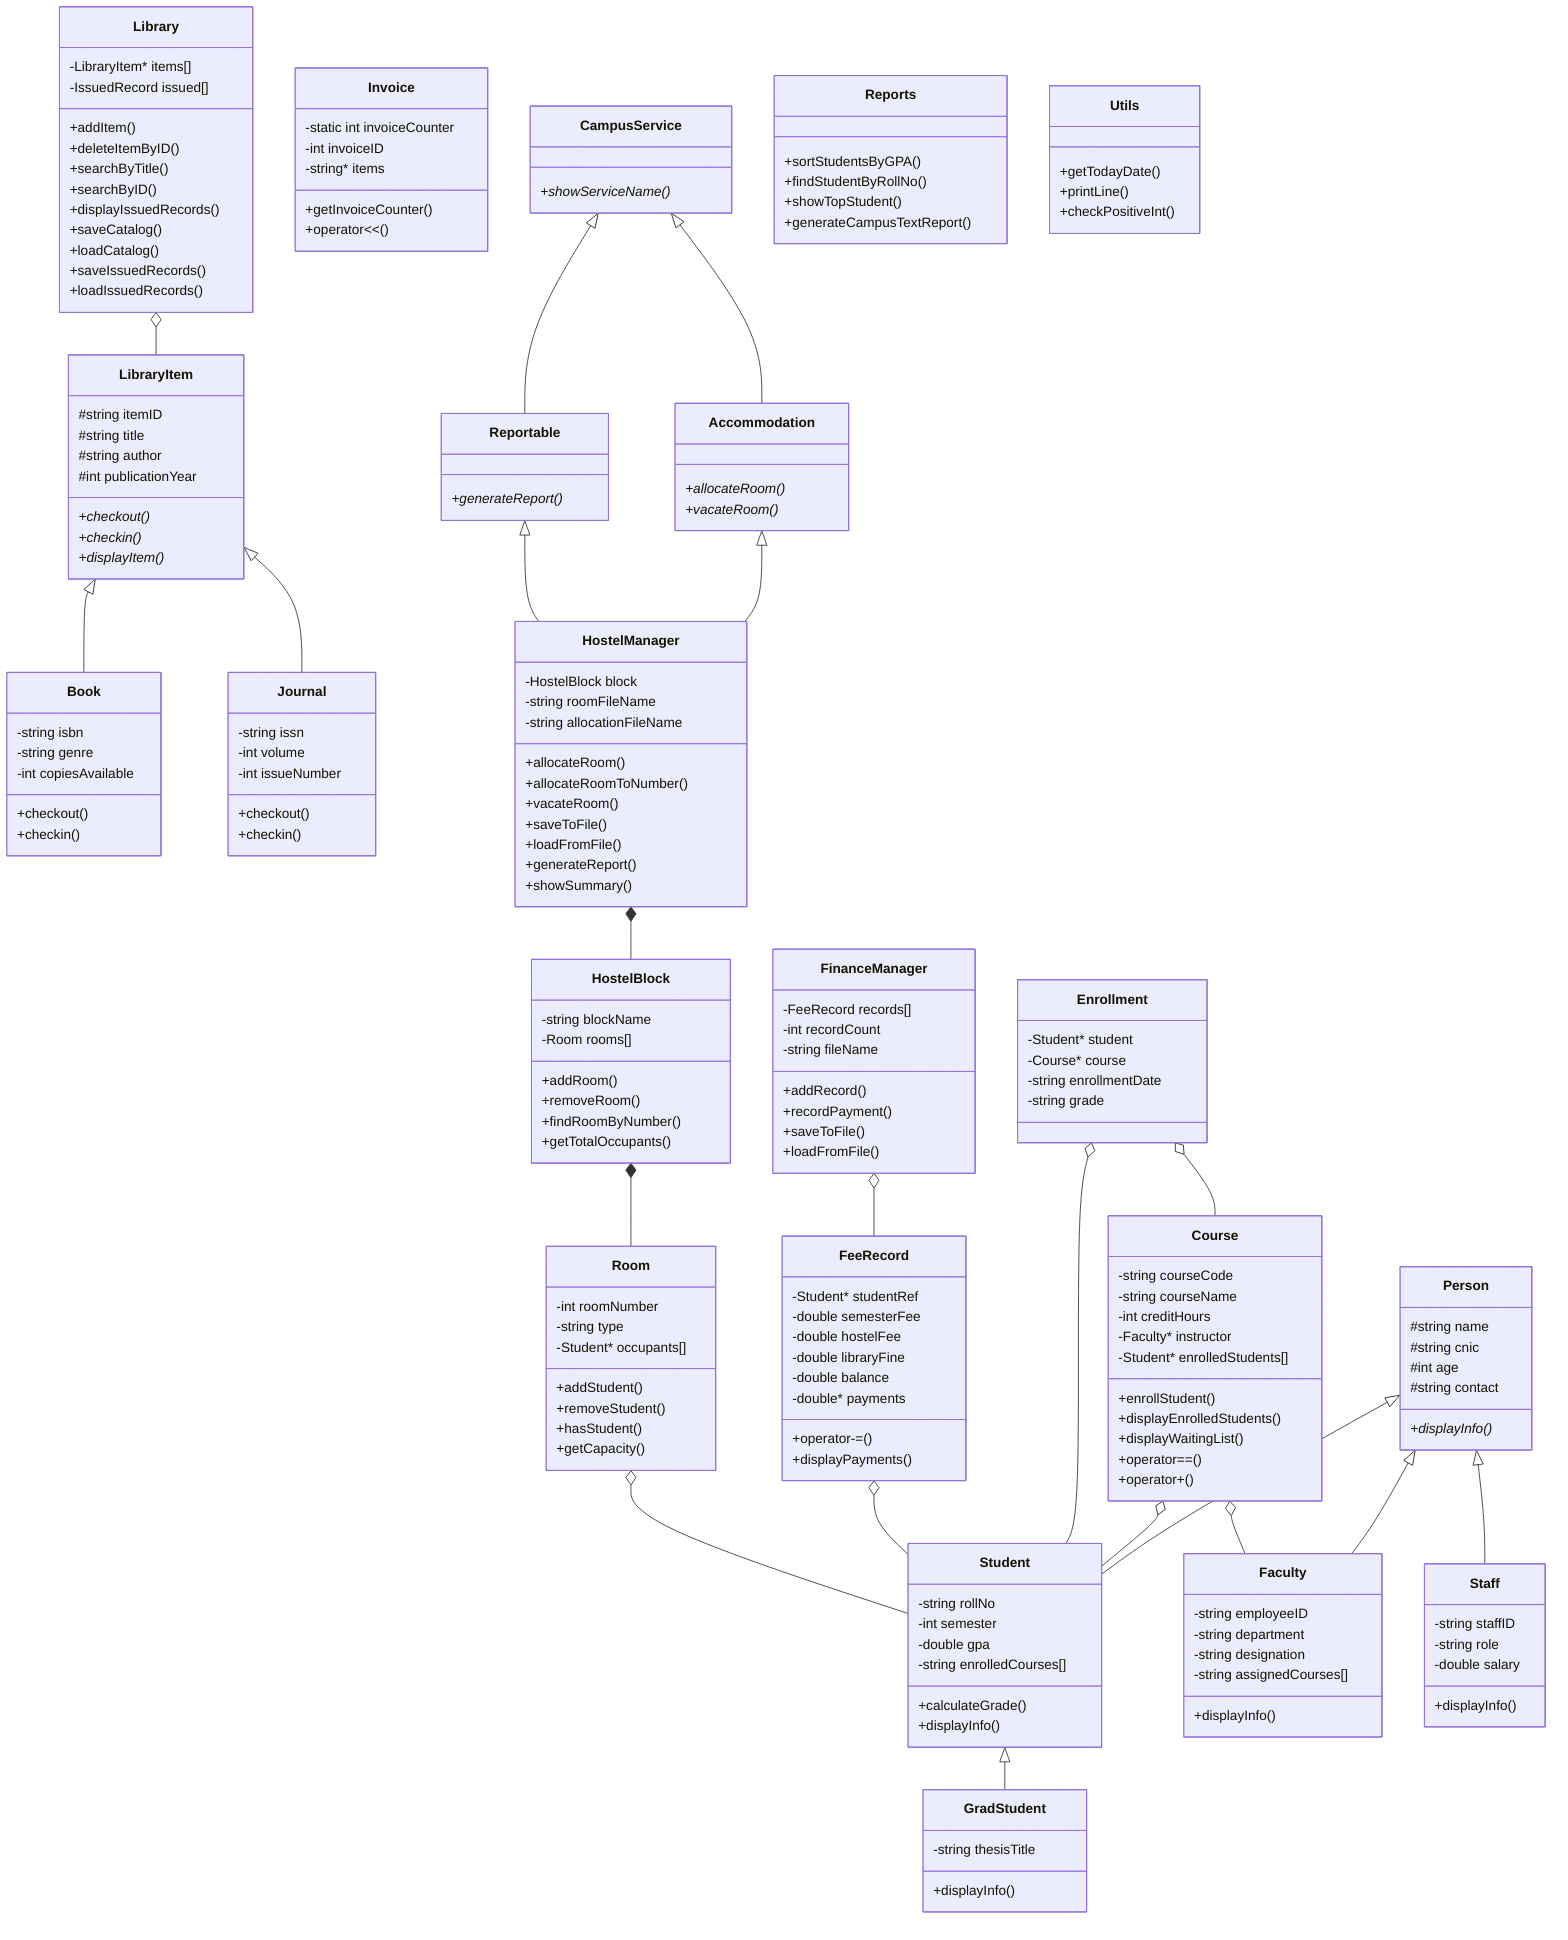
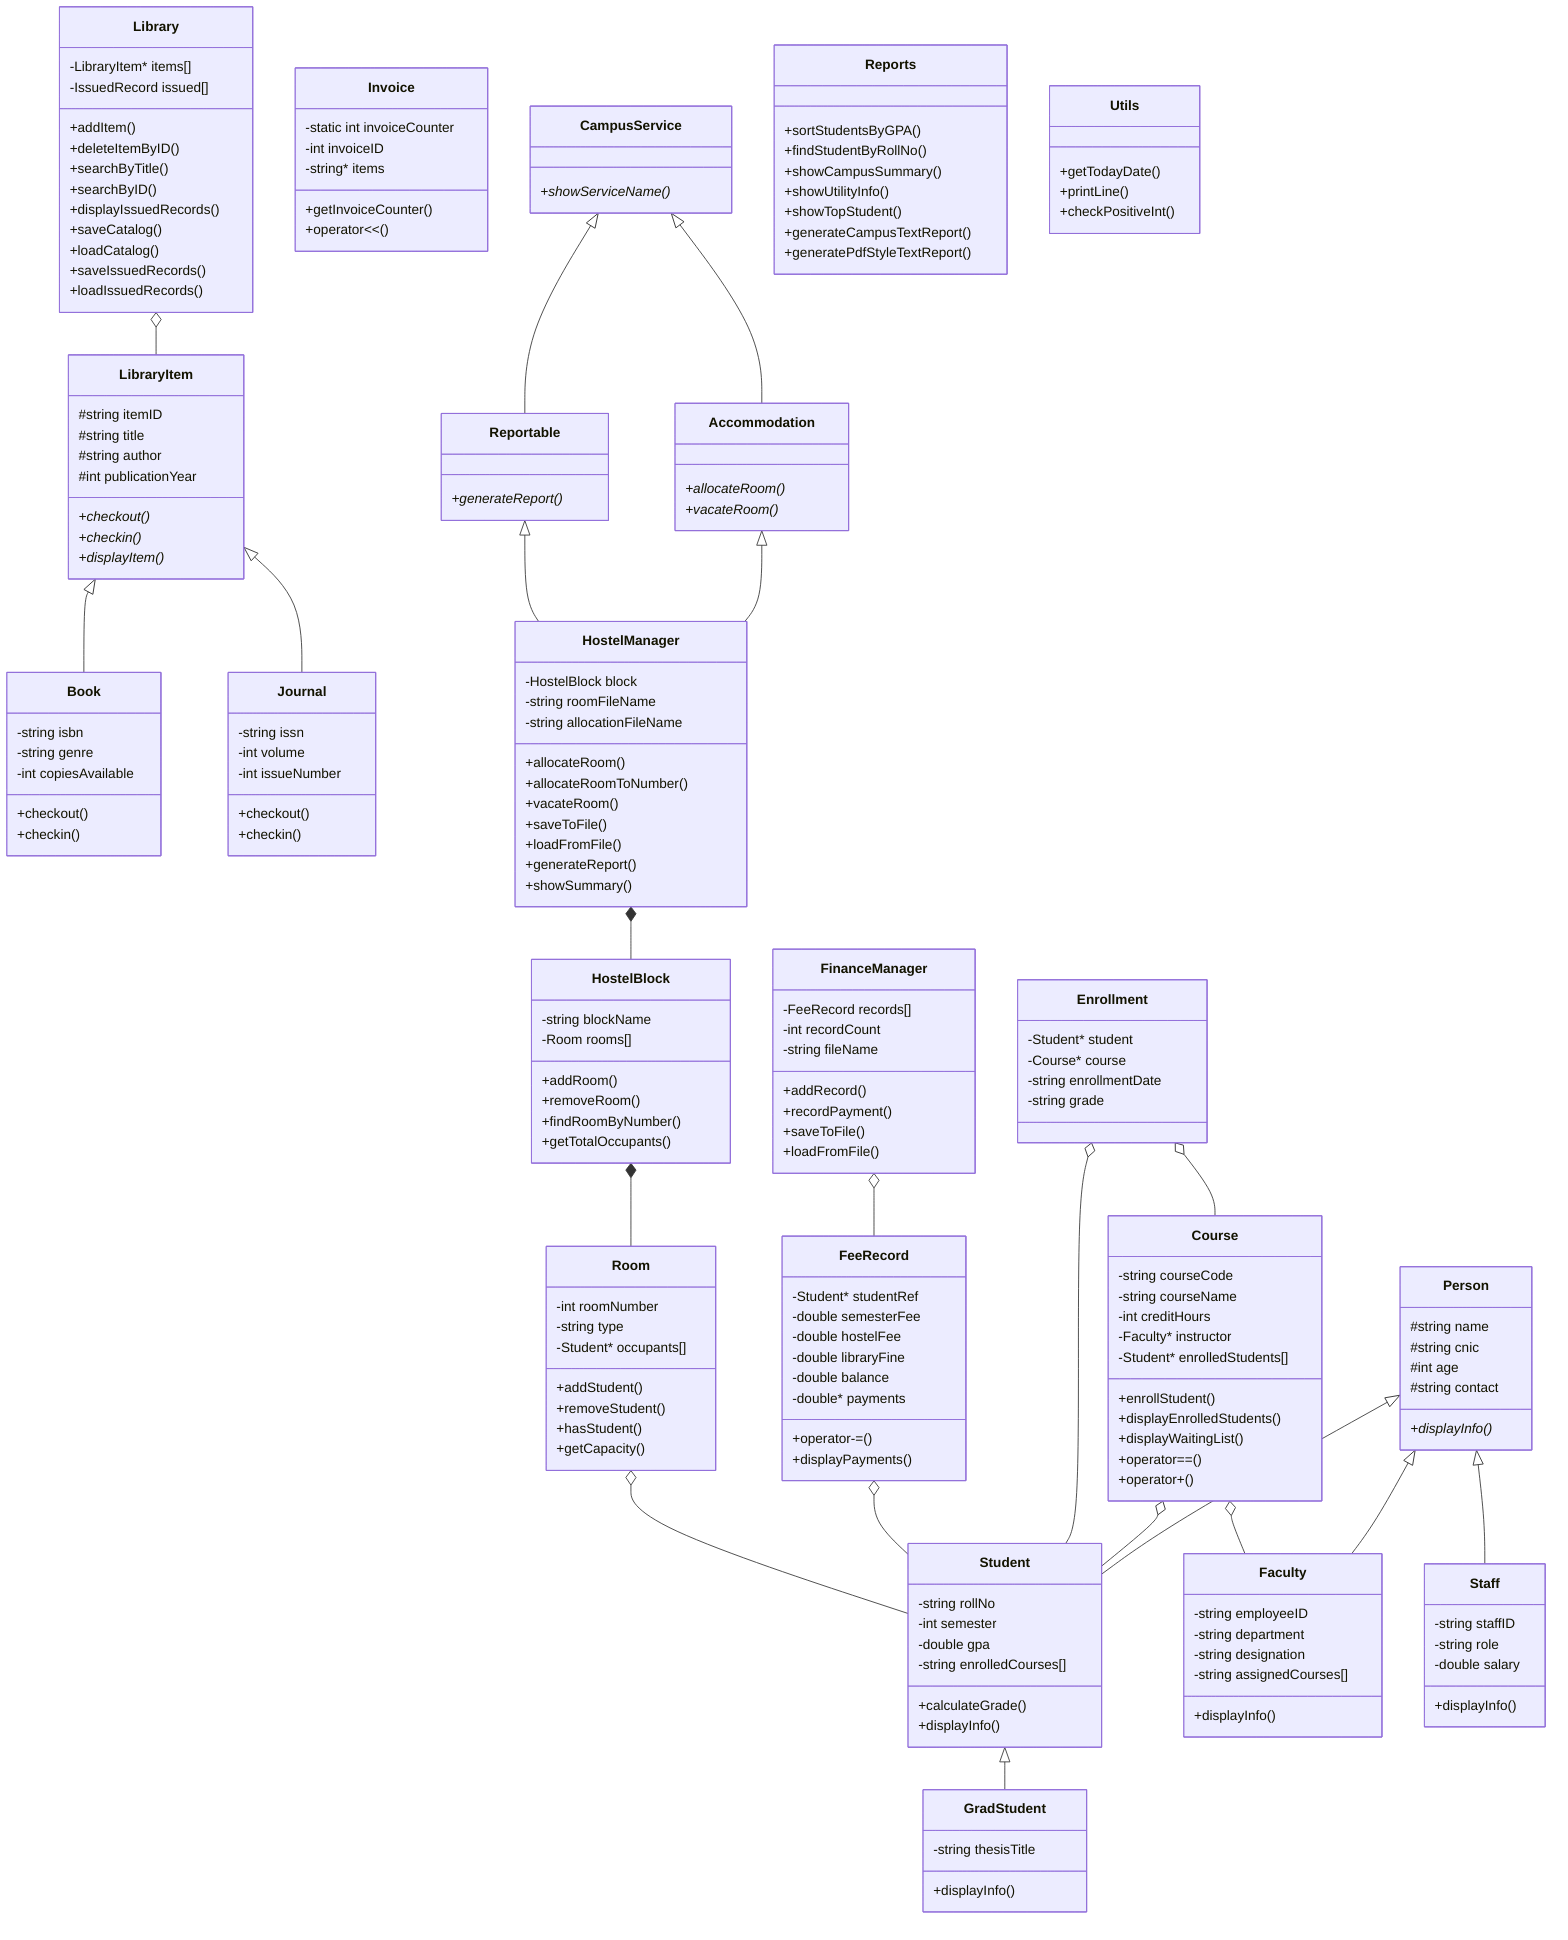
classDiagram
    class Person {
        #string name
        #string cnic
        #int age
        #string contact
        +displayInfo()*
    }

    class Student {
        -string rollNo
        -int semester
        -double gpa
        -string enrolledCourses[]
        +calculateGrade()
        +displayInfo()
    }

    class GradStudent {
        -string thesisTitle
        +displayInfo()
    }

    class Faculty {
        -string employeeID
        -string department
        -string designation
        -string assignedCourses[]
        +displayInfo()
    }

    class Staff {
        -string staffID
        -string role
        -double salary
        +displayInfo()
    }

    class Course {
        -string courseCode
        -string courseName
        -int creditHours
        -Faculty* instructor
        -Student* enrolledStudents[]
        +enrollStudent()
        +displayEnrolledStudents()
        +displayWaitingList()
        +operator==()
        +operator+()
    }

    class Enrollment {
        -Student* student
        -Course* course
        -string enrollmentDate
        -string grade
    }

    class LibraryItem {
        #string itemID
        #string title
        #string author
        #int publicationYear
        +checkout()*
        +checkin()*
        +displayItem()*
    }

    class Book {
        -string isbn
        -string genre
        -int copiesAvailable
        +checkout()
        +checkin()
    }

    class Journal {
        -string issn
        -int volume
        -int issueNumber
        +checkout()
        +checkin()
    }

    class Library {
        -LibraryItem* items[]
        -IssuedRecord issued[]
        +addItem()
        +deleteItemByID()
        +searchByTitle()
        +searchByID()
        +displayIssuedRecords()
        +saveCatalog()
        +loadCatalog()
        +saveIssuedRecords()
        +loadIssuedRecords()
    }

    class FeeRecord {
        -Student* studentRef
        -double semesterFee
        -double hostelFee
        -double libraryFine
        -double balance
        -double* payments
        +operator-=()
        +displayPayments()
    }

    class FinanceManager {
        -FeeRecord records[]
        -int recordCount
        -string fileName
        +addRecord()
        +recordPayment()
        +saveToFile()
        +loadFromFile()
    }

    class Invoice {
        -static int invoiceCounter
        -int invoiceID
        -string* items
        +getInvoiceCounter()
        +operator<<()
    }

    class CampusService {
        +showServiceName()*
    }

    class Accommodation {
        +allocateRoom()*
        +vacateRoom()*
    }

    class Reportable {
        +generateReport()*
    }

    class Room {
        -int roomNumber
        -string type
        -Student* occupants[]
        +addStudent()
        +removeStudent()
        +hasStudent()
        +getCapacity()
    }

    class HostelBlock {
        -string blockName
        -Room rooms[]
        +addRoom()
        +removeRoom()
        +findRoomByNumber()
        +getTotalOccupants()
    }

    class HostelManager {
        -HostelBlock block
        -string roomFileName
        -string allocationFileName
        +allocateRoom()
        +allocateRoomToNumber()
        +vacateRoom()
        +saveToFile()
        +loadFromFile()
        +generateReport()
        +showSummary()
    }

    class Reports {
        +sortStudentsByGPA()
        +findStudentByRollNo()
+         +showCampusSummary()
+         +showUtilityInfo()
        +showTopStudent()
        +generateCampusTextReport()
+         +generatePdfStyleTextReport()
    }

    class Utils {
        +getTodayDate()
        +printLine()
        +checkPositiveInt()
    }

    Person <|-- Student
    Student <|-- GradStudent
    Person <|-- Faculty
    Person <|-- Staff
    Course o-- Faculty
    Course o-- Student
    Enrollment o-- Student
    Enrollment o-- Course
    LibraryItem <|-- Book
    LibraryItem <|-- Journal
    Library o-- LibraryItem
    FeeRecord o-- Student
    FinanceManager o-- FeeRecord
    CampusService <|-- Accommodation
    CampusService <|-- Reportable
    Accommodation <|-- HostelManager
    Reportable <|-- HostelManager
    HostelManager *-- HostelBlock
    HostelBlock *-- Room
    Room o-- Student
